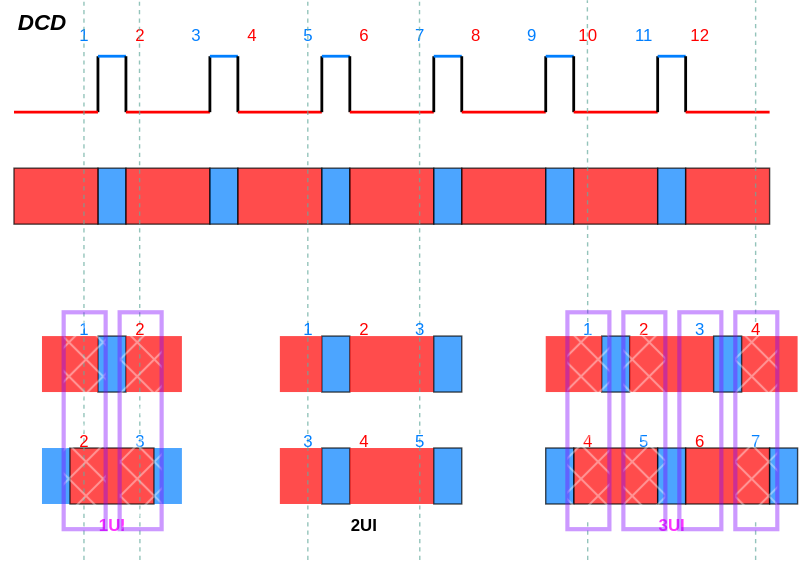
Earlier version of the draw.io export source/_posts/link-mdl/dcd.drawio.svg (raytroop/raytroop.github.io). Source tidied: cells renumbered, new cells last; positions are measured from the earlier drawing's top-left corner, leaving out a move shared by most shapes.
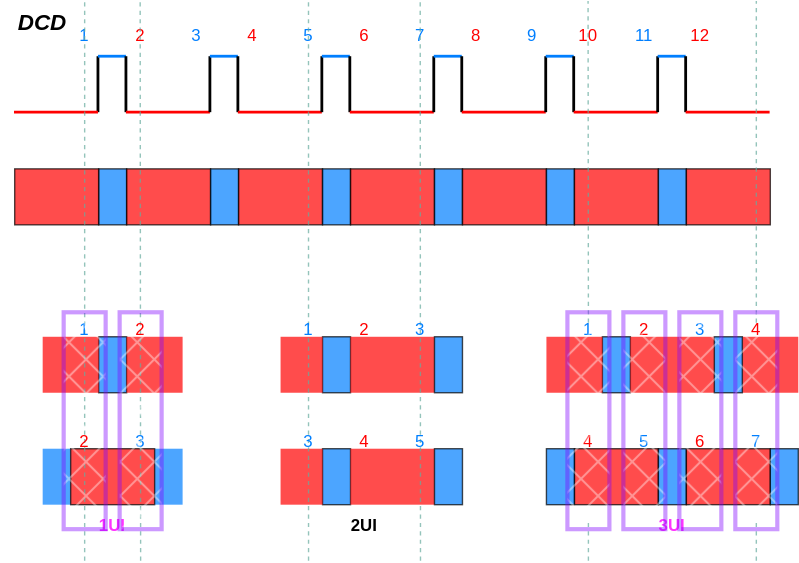
The same file after the commit.

The edit, as a diff of the source:
```diff
@@ -425,7 +425,7 @@
     <mxCell id="109" style="rounded=0;whiteSpace=wrap;html=1;fillColor=default;opacity=40;strokeColor=#7F00FF;strokeWidth=3;fillStyle=cross-hatch;" parent="1" vertex="1">
       <mxGeometry x="445" y="222.5" width="30" height="155" as="geometry" />
     </mxCell>
-    <mxCell id="110" style="rounded=0;whiteSpace=wrap;html=1;fillColor=none;opacity=40;strokeColor=#7F00FF;strokeWidth=3;" parent="1" vertex="1">
+    <mxCell id="110" style="rounded=0;whiteSpace=wrap;html=1;fillColor=default;opacity=40;strokeColor=#7F00FF;strokeWidth=3;fillStyle=cross-hatch;" parent="1" vertex="1">
       <mxGeometry x="485" y="222.5" width="30" height="155" as="geometry" />
     </mxCell>
     <mxCell id="111" style="rounded=0;whiteSpace=wrap;html=1;fillColor=default;opacity=40;strokeColor=#7F00FF;strokeWidth=3;fillStyle=cross-hatch;" parent="1" vertex="1">
```
